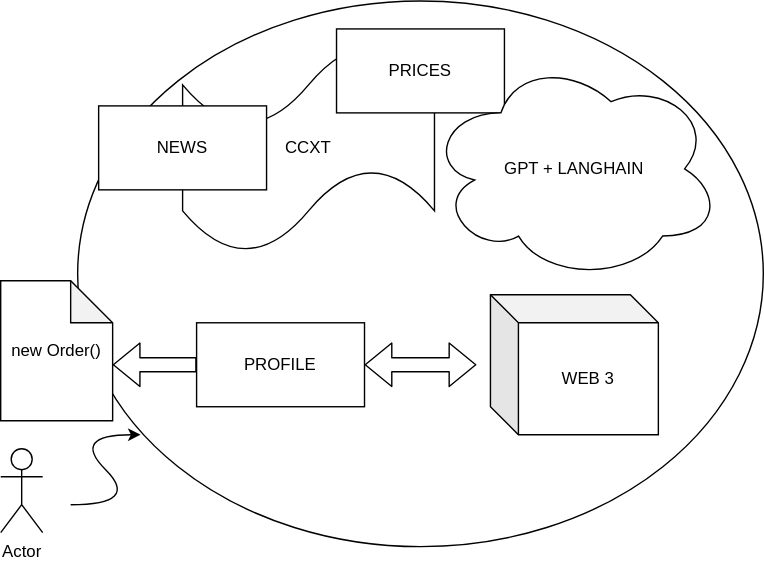
Before: docs/imgs/schema.svg, a diagram exported from draw.io (xsa-dev/news-trader). Source tidied: cells renumbered, new cells last; positions are measured from the earlier drawing's top-left corner, leaving out a move shared by most shapes.
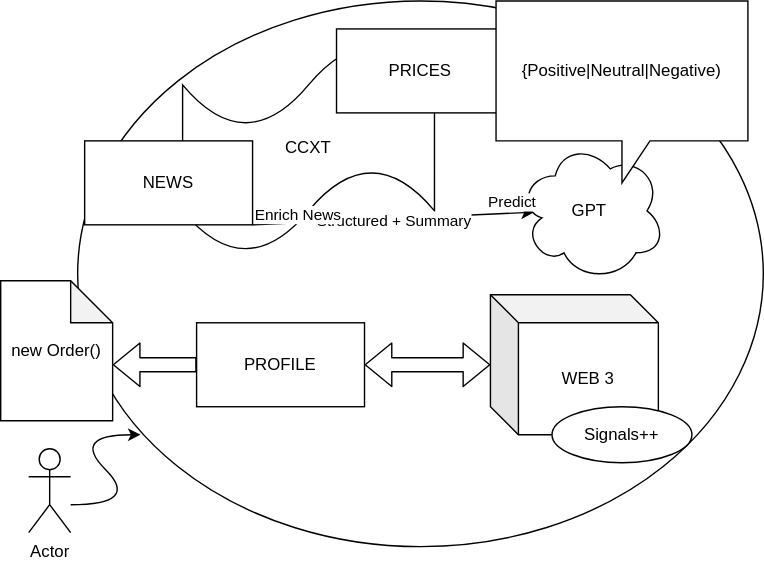
Above is the later version.

Commit message:
fome schema fix

Change to the diagram source:
```diff
@@ -6,7 +6,7 @@
       <mxGeometry x="55" width="490" height="390" as="geometry" />
     </mxCell>
     <mxCell id="3" value="Actor" style="shape=umlActor;verticalLabelPosition=bottom;verticalAlign=top;html=1;" parent="1" vertex="1">
-      <mxGeometry y="320" width="30" height="60" as="geometry" />
+      <mxGeometry x="20" y="320" width="30" height="60" as="geometry" />
     </mxCell>
     <mxCell id="4" style="curved=1;endArrow=classic;html=1;" parent="1" edge="1">
       <mxGeometry relative="1" as="geometry">
@@ -25,7 +25,7 @@
       <mxGeometry x="350" y="210" width="120" height="100" as="geometry" />
     </mxCell>
     <mxCell id="7" value="NEWS" style="whiteSpace=wrap;html=1;" parent="1" vertex="1">
-      <mxGeometry x="70" y="75" width="120" height="60" as="geometry" />
+      <mxGeometry x="60" y="100" width="120" height="60" as="geometry" />
     </mxCell>
     <mxCell id="8" value="PRICES" style="whiteSpace=wrap;html=1;" parent="1" vertex="1">
       <mxGeometry x="240" y="20" width="120" height="60" as="geometry" />
@@ -33,13 +33,11 @@
     <mxCell id="9" value="PROFILE" style="whiteSpace=wrap;html=1;" parent="1" vertex="1">
       <mxGeometry x="140" y="230" width="120" height="60" as="geometry" />
     </mxCell>
-    <mxCell id="10" value="GPT + LANGHAIN" style="ellipse;shape=cloud;whiteSpace=wrap;html=1;" parent="1" vertex="1">
-      <mxGeometry x="305" y="40" width="210" height="160" as="geometry" />
+    <mxCell id="10" value="GPT&amp;nbsp;" style="ellipse;shape=cloud;whiteSpace=wrap;html=1;" parent="1" vertex="1">
+      <mxGeometry x="370" y="100" width="105" height="100" as="geometry" />
     </mxCell>
-    <mxCell id="11" style="shape=flexArrow;endArrow=classic;startArrow=classic;html=1;exitX=1;exitY=0.5;exitDx=0;exitDy=0;" parent="1" edge="1" source="9">
-      <mxGeometry relative="1" as="geometry">
-        <mxPoint x="340" y="260" as="targetPoint" />
-      </mxGeometry>
+    <mxCell id="11" style="shape=flexArrow;endArrow=classic;startArrow=classic;html=1;exitX=1;exitY=0.5;exitDx=0;exitDy=0;" parent="1" edge="1" source="9" target="6">
+      <mxGeometry relative="1" as="geometry" />
     </mxCell>
     <mxCell id="12" value="new Order()" style="shape=note;whiteSpace=wrap;html=1;backgroundOutline=1;darkOpacity=0.05;" parent="1" vertex="1">
       <mxGeometry y="200" width="80" height="100" as="geometry" />
@@ -49,5 +47,23 @@
         <mxPoint x="80" y="260" as="targetPoint" />
       </mxGeometry>
     </mxCell>
+    <mxCell id="14" value="{Positive|Neutral|Negative)" style="shape=callout;whiteSpace=wrap;html=1;perimeter=calloutPerimeter;" parent="1" vertex="1">
+      <mxGeometry x="354" width="180" height="130" as="geometry" />
+    </mxCell>
+    <mxCell id="15" style="endArrow=classic;html=1;entryX=0.105;entryY=0.51;entryDx=0;entryDy=0;entryPerimeter=0;exitX=1;exitY=1;exitDx=0;exitDy=0;" parent="1" edge="1" source="7" target="10">
+      <mxGeometry relative="1" as="geometry" />
+    </mxCell>
+    <mxCell id="16" value="Structured + Summary" style="edgeLabel;html=1;align=center;verticalAlign=middle;" parent="15" vertex="1">
+      <mxGeometry relative="1" as="geometry" />
+    </mxCell>
+    <mxCell id="17" value="Enrich News" style="edgeLabel;html=1;align=left;verticalAlign=bottom;" parent="15" vertex="1">
+      <mxGeometry x="-1" relative="1" as="geometry" />
+    </mxCell>
+    <mxCell id="18" value="Predict" style="edgeLabel;html=1;align=right;verticalAlign=bottom;" parent="15" vertex="1">
+      <mxGeometry x="1" relative="1" as="geometry" />
+    </mxCell>
+    <mxCell id="19" value="Signals++" style="ellipse;whiteSpace=wrap;html=1;align=center;newEdgeStyle={&quot;edgeStyle&quot;:&quot;entityRelationEdgeStyle&quot;,&quot;startArrow&quot;:&quot;none&quot;,&quot;endArrow&quot;:&quot;none&quot;,&quot;segment&quot;:10,&quot;curved&quot;:1,&quot;sourcePerimeterSpacing&quot;:0,&quot;targetPerimeterSpacing&quot;:0};" parent="1" vertex="1">
+      <mxGeometry x="394" y="290" width="100" height="40" as="geometry" />
+    </mxCell>
   </root>
 </mxGraphModel>
```
